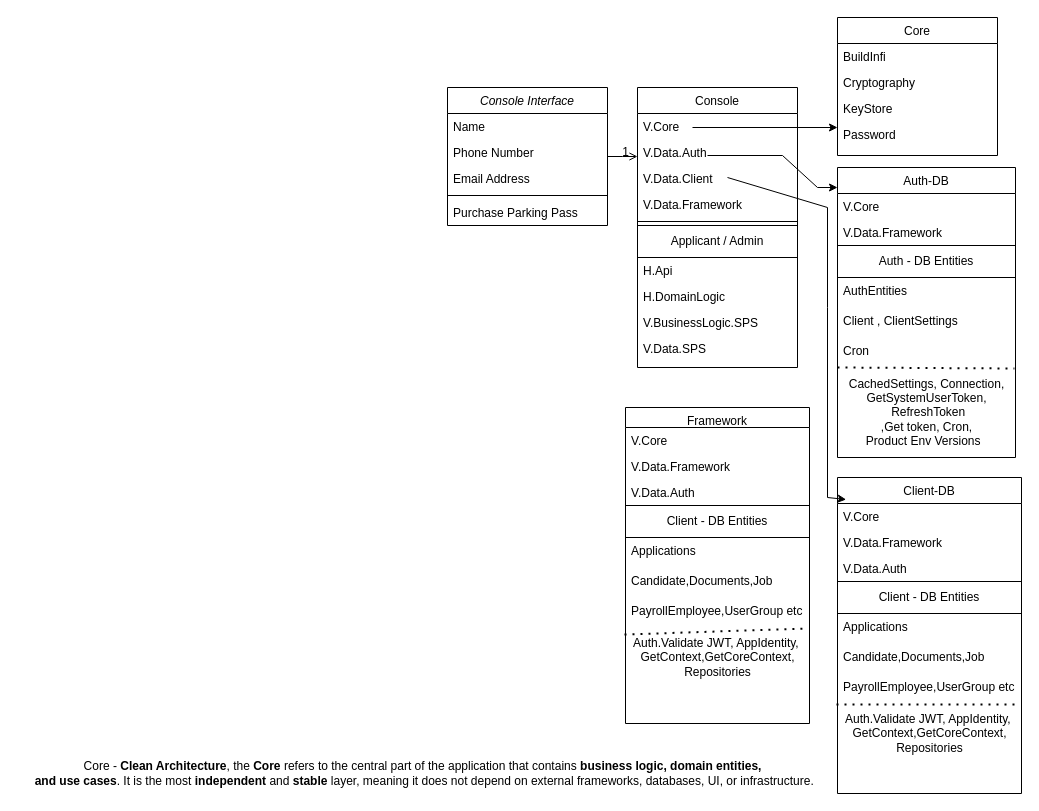
Above: Untitled Diagram.drawio in LalgyThomas/GITPR (draw.io), before the change. Source tidied: cells renumbered, new cells numbered last; positions are measured from the earlier drawing's top-left corner, leaving out a move shared by most shapes. Both pictures are drawn from the tidied source at 100%, with x=0, y=0 at pixel (17, 17).
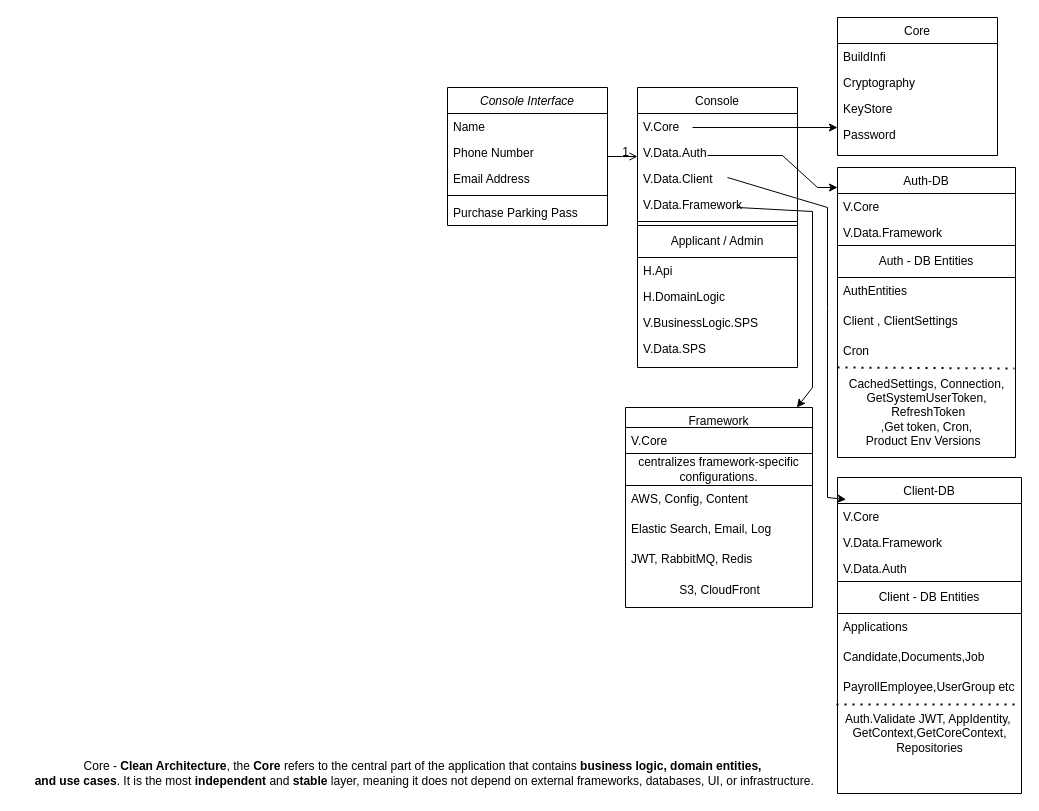
The same diagram, later.

Unchanged cells that the change refers to:
```xml
<mxCell id="14" value="Console" style="swimlane;fontStyle=0;align=center;verticalAlign=top;horizontal=1;startSize=26;rounded=0;shadow=0;strokeWidth=1;" parent="1" vertex="1">
  <mxGeometry x="620" y="70" width="160" height="280" as="geometry" />
</mxCell>
```

What changed in the source:
```diff
@@
+    <mxCell id="59" style="endArrow=classic;html=1;rounded=0;" parent="14" edge="1" target="49">
+      <mxGeometry relative="1" as="geometry">
+        <mxPoint x="100" y="120" as="sourcePoint" />
+        <Array as="points">
+          <mxPoint x="175" y="124" />
+          <mxPoint x="175" y="300" />
+        </Array>
+      </mxGeometry>
+    </mxCell>
@@
     <mxCell id="49" value="Framework" style="swimlane;fontStyle=0;align=center;verticalAlign=top;horizontal=1;startSize=20;rounded=0;shadow=0;strokeWidth=1;" parent="1" vertex="1">
-      <mxGeometry x="608" y="390" width="184" height="316" as="geometry" />
+      <mxGeometry x="608" y="390" width="187" height="200" as="geometry" />
     </mxCell>
     <mxCell id="50" value="V.Core" style="text;align=left;verticalAlign=top;spacingLeft=4;spacingRight=4;overflow=hidden;" parent="49" vertex="1">
-      <mxGeometry y="20" width="184" height="26" as="geometry" />
+      <mxGeometry y="20" width="187" height="26" as="geometry" />
     </mxCell>
-    <mxCell id="51" value="V.Data.Framework" style="text;align=left;verticalAlign=top;spacingLeft=4;spacingRight=4;overflow=hidden;rounded=0;shadow=0;html=0;" parent="49" vertex="1">
-      <mxGeometry y="46" width="184" height="26" as="geometry" />
-    </mxCell>
-    <mxCell id="52" value="V.Data.Auth" style="text;align=left;verticalAlign=top;spacingLeft=4;spacingRight=4;overflow=hidden;rounded=0;shadow=0;html=0;" parent="49" vertex="1">
-      <mxGeometry y="72" width="184" height="26" as="geometry" />
-    </mxCell>
-    <mxCell id="53" value="&lt;span style=&quot;text-wrap-mode: nowrap;&quot;&gt;Client - DB Entities&lt;/span&gt;" style="rounded=0;whiteSpace=wrap;html=1;" parent="49" vertex="1">
-      <mxGeometry y="98" width="184" height="32" as="geometry" />
+    <mxCell id="53" value="&lt;span&gt;centralizes framework-specific configurations.&lt;/span&gt;" style="rounded=0;whiteSpace=wrap;html=1;fontStyle=0;" parent="49" vertex="1">
+      <mxGeometry y="46" width="187" height="32" as="geometry" />
     </mxCell>
-    <mxCell id="54" value="Applications" style="text;align=left;verticalAlign=top;spacingLeft=4;spacingRight=4;overflow=hidden;rounded=0;shadow=0;html=0;" parent="49" vertex="1">
-      <mxGeometry y="130" width="184" height="30" as="geometry" />
+    <mxCell id="54" value="AWS, Config, Content" style="text;align=left;verticalAlign=top;spacingLeft=4;spacingRight=4;overflow=hidden;rounded=0;shadow=0;html=0;" parent="49" vertex="1">
+      <mxGeometry y="78" width="187" height="30" as="geometry" />
     </mxCell>
-    <mxCell id="55" value="Candidate,Documents,Job" style="text;align=left;verticalAlign=top;spacingLeft=4;spacingRight=4;overflow=hidden;rounded=0;shadow=0;html=0;" parent="49" vertex="1">
-      <mxGeometry y="160" width="184" height="30" as="geometry" />
+    <mxCell id="55" value="Elastic Search, Email, Log" style="text;align=left;verticalAlign=top;spacingLeft=4;spacingRight=4;overflow=hidden;rounded=0;shadow=0;html=0;" parent="49" vertex="1">
+      <mxGeometry y="108" width="187" height="30" as="geometry" />
     </mxCell>
-    <mxCell id="56" value="PayrollEmployee,UserGroup etc" style="text;align=left;verticalAlign=top;spacingLeft=4;spacingRight=4;overflow=hidden;points=[[0,0.5],[1,0.5]];portConstraint=eastwest;rounded=0;shadow=0;html=0;" parent="49" vertex="1">
-      <mxGeometry y="190" width="184" height="30" as="geometry" />
+    <mxCell id="56" value="JWT, RabbitMQ, Redis" style="text;align=left;verticalAlign=top;spacingLeft=4;spacingRight=4;overflow=hidden;points=[[0,0.5],[1,0.5]];portConstraint=eastwest;rounded=0;shadow=0;html=0;" parent="49" vertex="1">
+      <mxGeometry y="138" width="187" height="30" as="geometry" />
     </mxCell>
-    <mxCell id="57" style="endArrow=none;dashed=1;html=1;dashPattern=1 3;strokeWidth=2;rounded=0;entryX=0.994;entryY=1.033;entryDx=0;entryDy=0;entryPerimeter=0;" parent="49" edge="1" target="56">
-      <mxGeometry relative="1" as="geometry">
-        <mxPoint x="-1" y="227" as="sourcePoint" />
-      </mxGeometry>
-    </mxCell>
-    <mxCell id="58" value="Auth.Validate JWT, AppIdentity,&amp;nbsp;&lt;div&gt;GetContext,GetCoreContext,&lt;/div&gt;&lt;div&gt;Repositories&lt;/div&gt;" style="text;html=1;align=center;verticalAlign=middle;strokeColor=none;fillColor=none;" parent="49" vertex="1">
-      <mxGeometry y="220" width="184" height="60" as="geometry" />
+    <mxCell id="58" value="S3, CloudFront" style="text;html=1;align=center;verticalAlign=middle;strokeColor=none;fillColor=none;rotation=0;" parent="49" vertex="1">
+      <mxGeometry y="168" width="187" height="30" as="geometry" />
     </mxCell>
```
